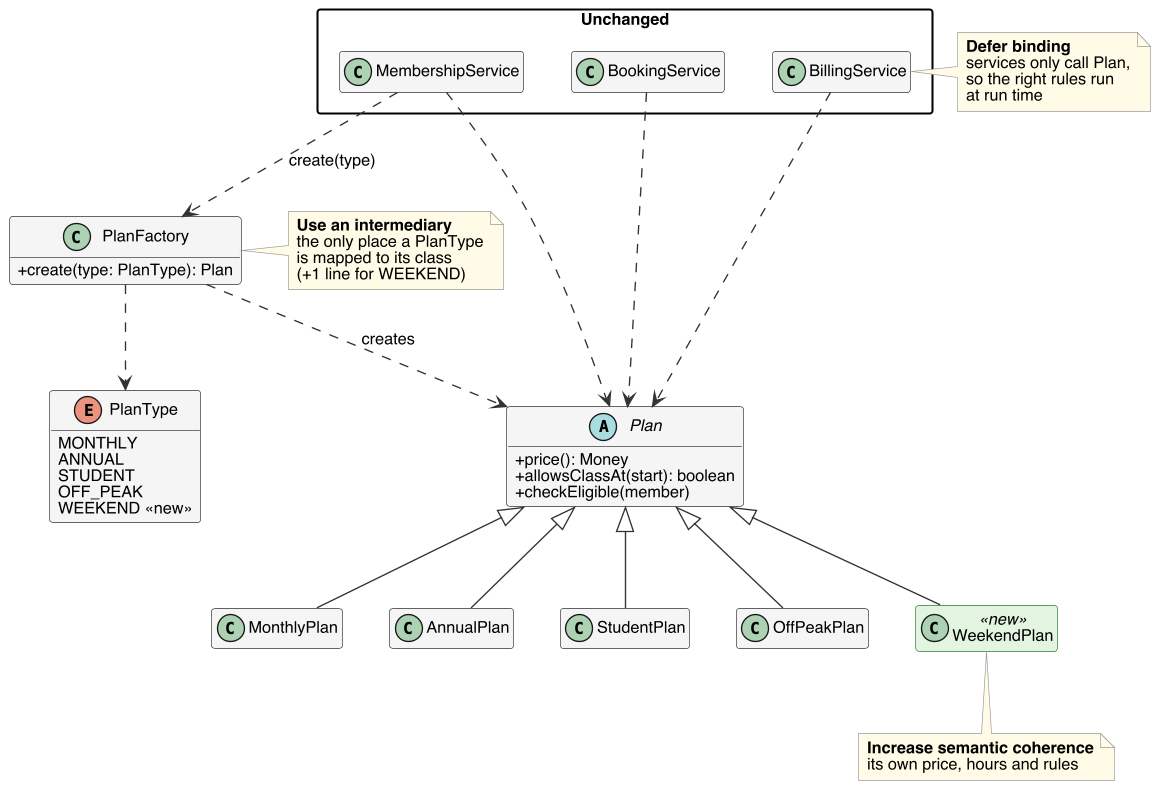
Above: report/requirements/qa1-extensibility.png in CS6451-Advanced-Software-Design/Gym-Membership (PlantUML), before the change. Source of this version:
```plantuml
@startuml
!include ../common.iuml
hide empty members
skinparam classAttributeIconSize 0
skinparam class {
  BackgroundColor #F5F5F5
  BorderColor #333333
  BackgroundColor<<new>> #E3F4E1
  BorderColor<<new>> #2E7D32
}
skinparam packageStyle rectangle

package "Unchanged" {
  class MembershipService
  class BillingService
  class BookingService
}

class PlanFactory {
  + create(type: PlanType): Plan
}

enum PlanType {
  MONTHLY
  ANNUAL
  STUDENT
  OFF_PEAK
  WEEKEND <<new>>
}

abstract class Plan {
  + price(): Money
  + allowsClassAt(start): boolean
  + checkEligible(member)
}

class MonthlyPlan
class AnnualPlan
class StudentPlan
class OffPeakPlan
class WeekendPlan <<new>>

MembershipService ..> PlanFactory : create(type)
MembershipService ..> Plan
BillingService ..> Plan
BookingService ..> Plan
PlanFactory ..> PlanType
PlanFactory ..> Plan : creates
Plan <|-- MonthlyPlan
Plan <|-- AnnualPlan
Plan <|-- StudentPlan
Plan <|-- OffPeakPlan
Plan <|-- WeekendPlan

note right of PlanFactory
  <b>Use an intermediary</b>
  the only place a PlanType
  is mapped to its class
  (+1 line for WEEKEND)
end note

note bottom of WeekendPlan
  <b>Increase semantic coherence</b>
  its own price, hours and rules
end note

note left of BillingService
  <b>Defer binding</b>
  services only call Plan,
  so the right rules run
  at run time
end note
@enduml
```
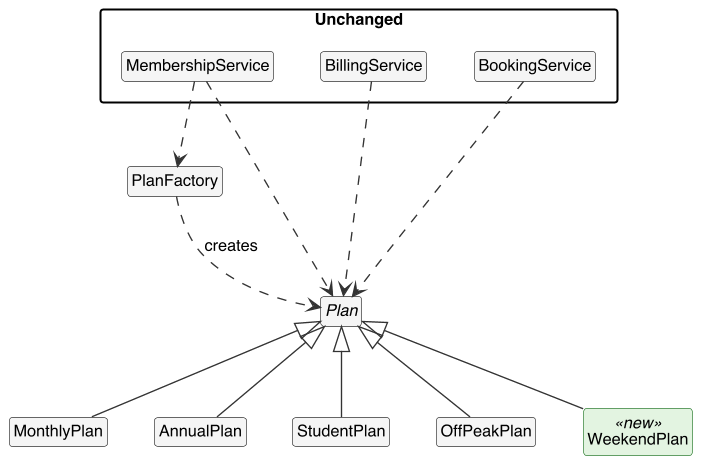
The same file after the commit.

Commit message:
docs(report): simplify the QA1 diagram

What changed in the source:
```diff
@@ -1,7 +1,7 @@
 @startuml
 !include ../common.iuml
 hide empty members
-skinparam classAttributeIconSize 0
+hide circle
 skinparam class {
   BackgroundColor #F5F5F5
   BorderColor #333333
@@ -15,59 +15,22 @@
   class BillingService
   class BookingService
 }
-
-class PlanFactory {
-  + create(type: PlanType): Plan
-}
-
-enum PlanType {
-  MONTHLY
-  ANNUAL
-  STUDENT
-  OFF_PEAK
-  WEEKEND <<new>>
-}
-
-abstract class Plan {
-  + price(): Money
-  + allowsClassAt(start): boolean
-  + checkEligible(member)
-}
-
+class PlanFactory
+abstract class Plan
 class MonthlyPlan
 class AnnualPlan
 class StudentPlan
 class OffPeakPlan
 class WeekendPlan <<new>>
 
-MembershipService ..> PlanFactory : create(type)
+MembershipService ..> PlanFactory
 MembershipService ..> Plan
 BillingService ..> Plan
 BookingService ..> Plan
-PlanFactory ..> PlanType
 PlanFactory ..> Plan : creates
 Plan <|-- MonthlyPlan
 Plan <|-- AnnualPlan
 Plan <|-- StudentPlan
 Plan <|-- OffPeakPlan
 Plan <|-- WeekendPlan
-
-note right of PlanFactory
-  <b>Use an intermediary</b>
-  the only place a PlanType
-  is mapped to its class
-  (+1 line for WEEKEND)
-end note
-
-note bottom of WeekendPlan
-  <b>Increase semantic coherence</b>
-  its own price, hours and rules
-end note
-
-note left of BillingService
-  <b>Defer binding</b>
-  services only call Plan,
-  so the right rules run
-  at run time
-end note
 @enduml
```
